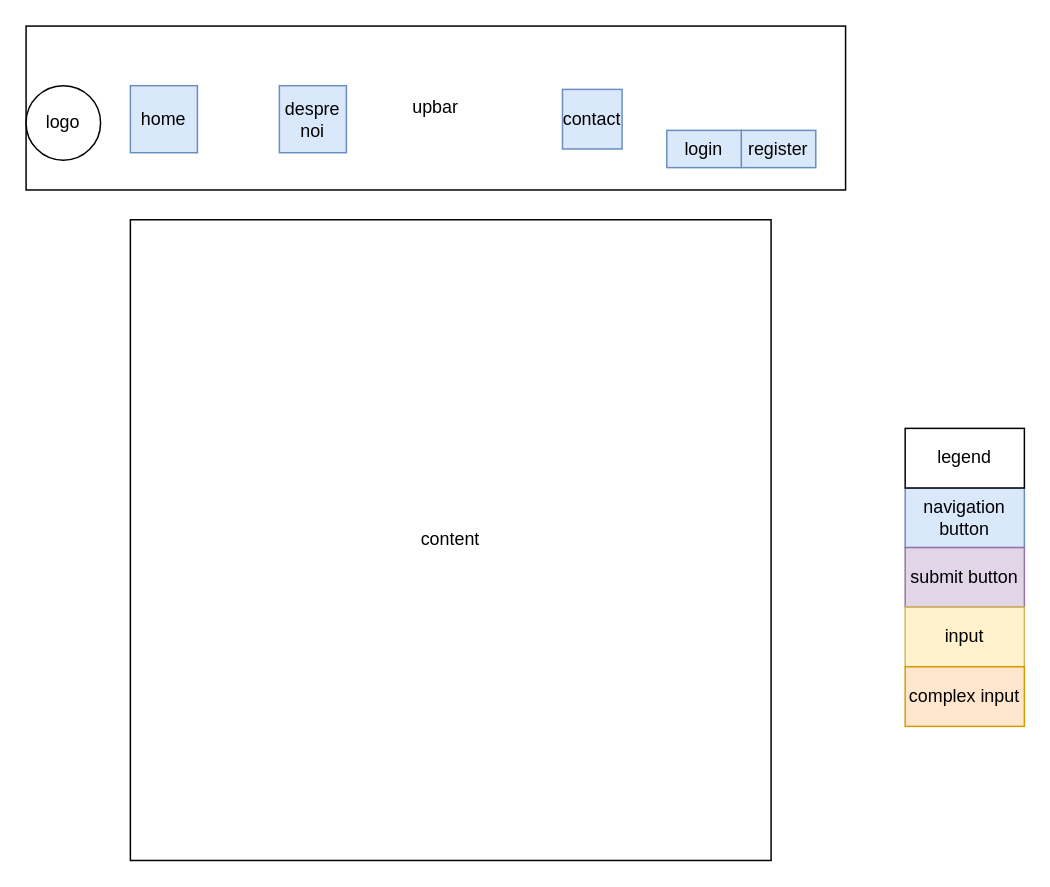
This is page "homepage" (1 of 8) of docs/design/design.drawio from Ioan-Alexandru96/wellness-app, a draw.io file, before an edit. Source tidied: cells renumbered, new cells numbered last; positions are measured from the earlier drawing's top-left corner, leaving out a move shared by most shapes. Both pictures are drawn from the tidied source at 149%, with x=0, y=0 at pixel (25, 25).
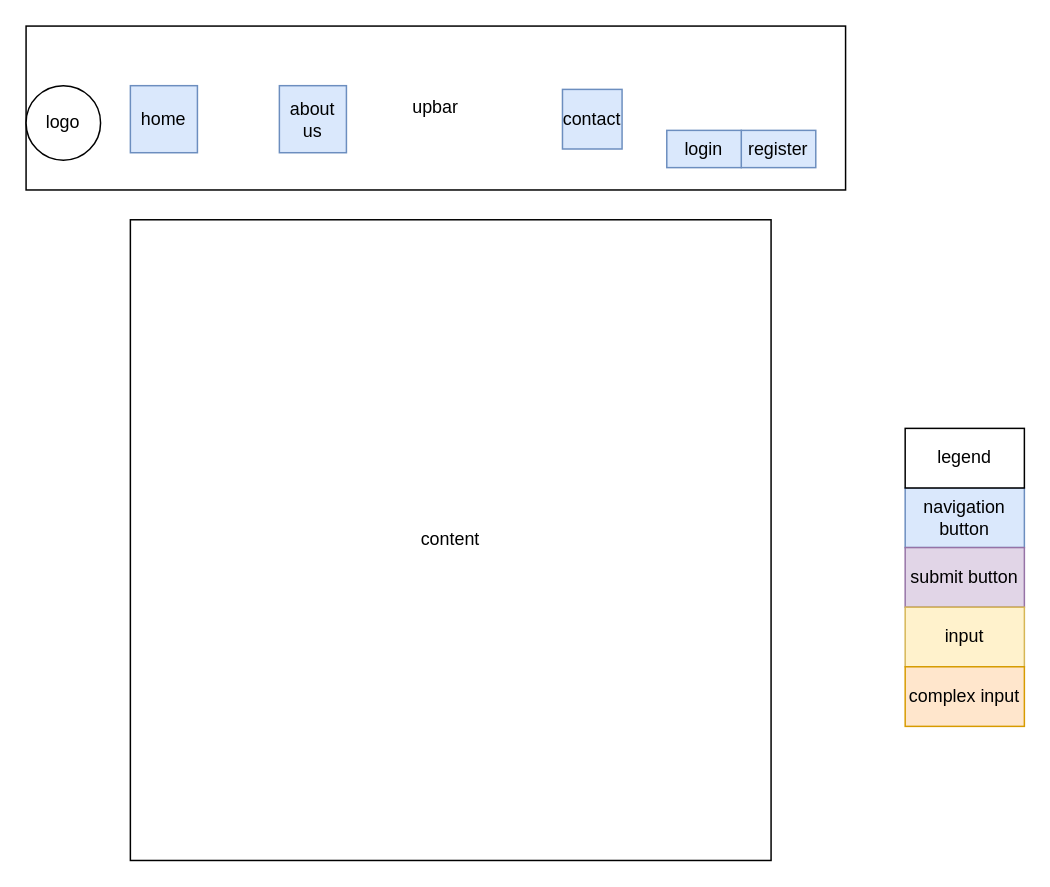
After the change.

Change to the diagram source:
```diff
@@
 <mxGraphModel>
   <root>
     <mxCell id="0" />
     <mxCell id="1" parent="0" />
     <mxCell id="2" value="upbar" style="rounded=0;whiteSpace=wrap;html=1;" parent="1" vertex="1">
       <mxGeometry width="550" height="110" as="geometry" />
     </mxCell>
     <mxCell id="3" value="logo" style="ellipse;whiteSpace=wrap;html=1;" parent="1" vertex="1">
       <mxGeometry y="40" width="50" height="50" as="geometry" />
     </mxCell>
     <mxCell id="4" value="register" style="rounded=0;whiteSpace=wrap;html=1;fillColor=#dae8fc;strokeColor=#6c8ebf;" parent="1" vertex="1">
       <mxGeometry x="480" y="70" width="50" height="25" as="geometry" />
     </mxCell>
     <mxCell id="5" value="login" style="rounded=0;whiteSpace=wrap;html=1;fillColor=#dae8fc;strokeColor=#6c8ebf;" parent="1" vertex="1">
       <mxGeometry x="430" y="70" width="50" height="25" as="geometry" />
     </mxCell>
     <mxCell id="6" value="home" style="whiteSpace=wrap;html=1;fillColor=#dae8fc;strokeColor=#6c8ebf;" parent="1" vertex="1">
       <mxGeometry x="70" y="40" width="45" height="45" as="geometry" />
     </mxCell>
     <mxCell id="7" value="contact" style="whiteSpace=wrap;html=1;fillColor=#dae8fc;strokeColor=#6c8ebf;" parent="1" vertex="1">
       <mxGeometry x="360" y="42.5" width="40" height="40" as="geometry" />
     </mxCell>
-    <mxCell id="8" value="despre noi" style="whiteSpace=wrap;html=1;fillColor=#dae8fc;strokeColor=#6c8ebf;" parent="1" vertex="1">
+    <mxCell id="8" value="about us" style="whiteSpace=wrap;html=1;fillColor=#dae8fc;strokeColor=#6c8ebf;" parent="1" vertex="1">
       <mxGeometry x="170" y="40" width="45" height="45" as="geometry" />
     </mxCell>
     <mxCell id="9" value="content" style="whiteSpace=wrap;html=1;" parent="1" vertex="1">
       <mxGeometry x="70" y="130" width="430" height="430" as="geometry" />
     </mxCell>
     <mxCell id="10" value="navigation button" style="rounded=0;whiteSpace=wrap;html=1;fillColor=#dae8fc;strokeColor=#6c8ebf;" parent="1" vertex="1">
       <mxGeometry x="590" y="310" width="80" height="40" as="geometry" />
     </mxCell>
     <mxCell id="11" value="submit button" style="rounded=0;whiteSpace=wrap;html=1;fillColor=#e1d5e7;strokeColor=#9673a6;" parent="1" vertex="1">
       <mxGeometry x="590" y="350" width="80" height="40" as="geometry" />
     </mxCell>
     <mxCell id="12" value="input" style="rounded=0;whiteSpace=wrap;html=1;fillColor=#fff2cc;strokeColor=#d6b656;" parent="1" vertex="1">
       <mxGeometry x="590" y="390" width="80" height="40" as="geometry" />
     </mxCell>
     <mxCell id="13" value="complex input" style="rounded=0;whiteSpace=wrap;html=1;fillColor=#ffe6cc;strokeColor=#d79b00;" parent="1" vertex="1">
       <mxGeometry x="590" y="430" width="80" height="40" as="geometry" />
     </mxCell>
     <mxCell id="14" value="legend" style="rounded=0;whiteSpace=wrap;html=1;" parent="1" vertex="1">
       <mxGeometry x="590" y="270" width="80" height="40" as="geometry" />
     </mxCell>
   </root>
 </mxGraphModel>
```
